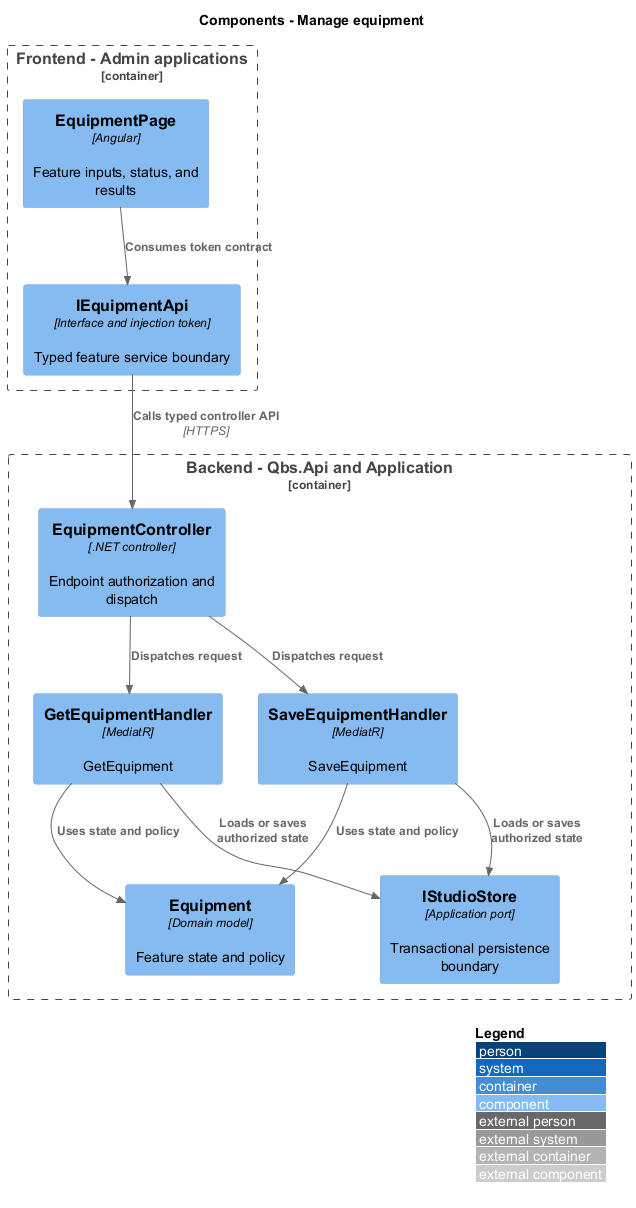
Earlier version of the PlantUML export docs/detailed-designs/studio-resources/manage-equipment/diagrams/c4-component.png (QuinntyneBrown/quinntyne-brown-studio).
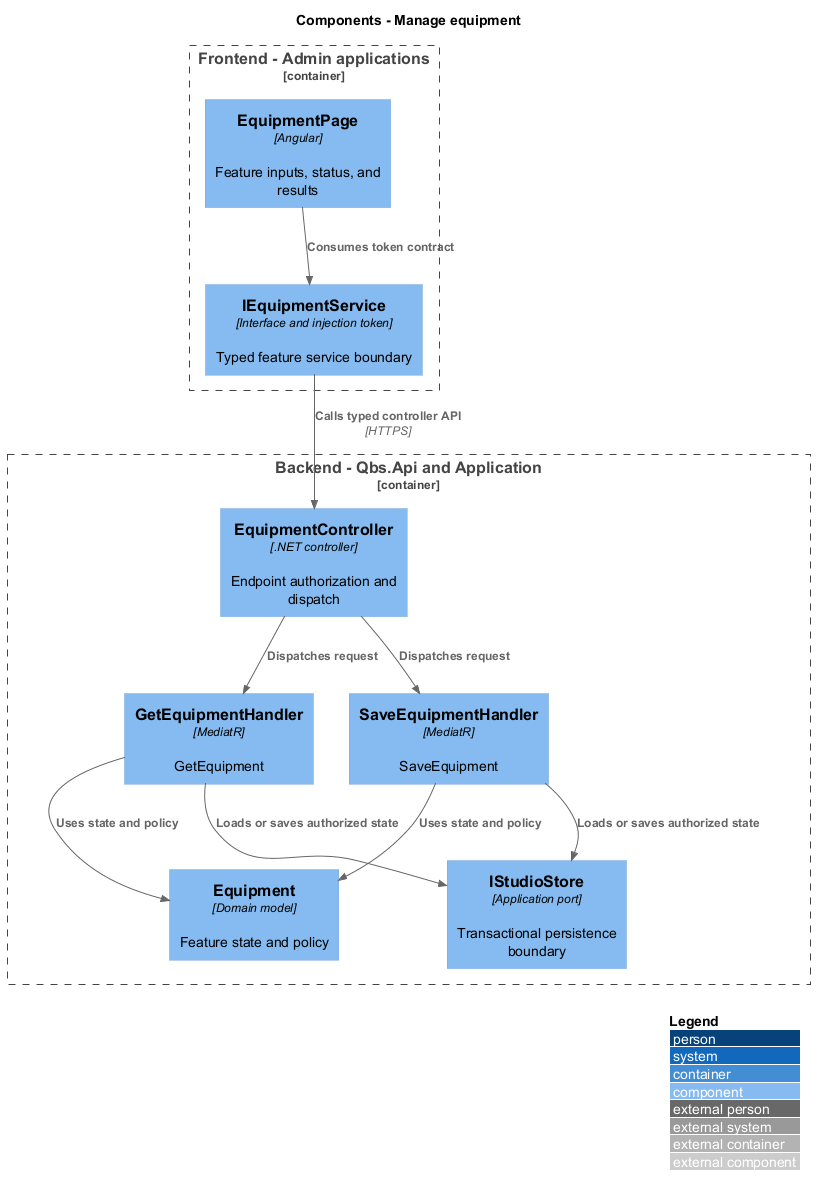
The same diagram one commit later.

Change to the diagram source:
```diff
@@ -4,7 +4,7 @@
 title Components - Manage equipment
 Container_Boundary(frontend, "Frontend - Admin applications") {
  Component(page, "EquipmentPage", "Angular", "Feature inputs, status, and results")
- Component(client, "IEquipmentApi", "Interface and injection token", "Typed feature service boundary")
+ Component(client, "IEquipmentService", "Interface and injection token", "Typed feature service boundary")
 }
 Container_Boundary(api, "Backend - Qbs.Api and Application") {
  Component(ctrl, "EquipmentController", ".NET controller", "Endpoint authorization and dispatch")
```
